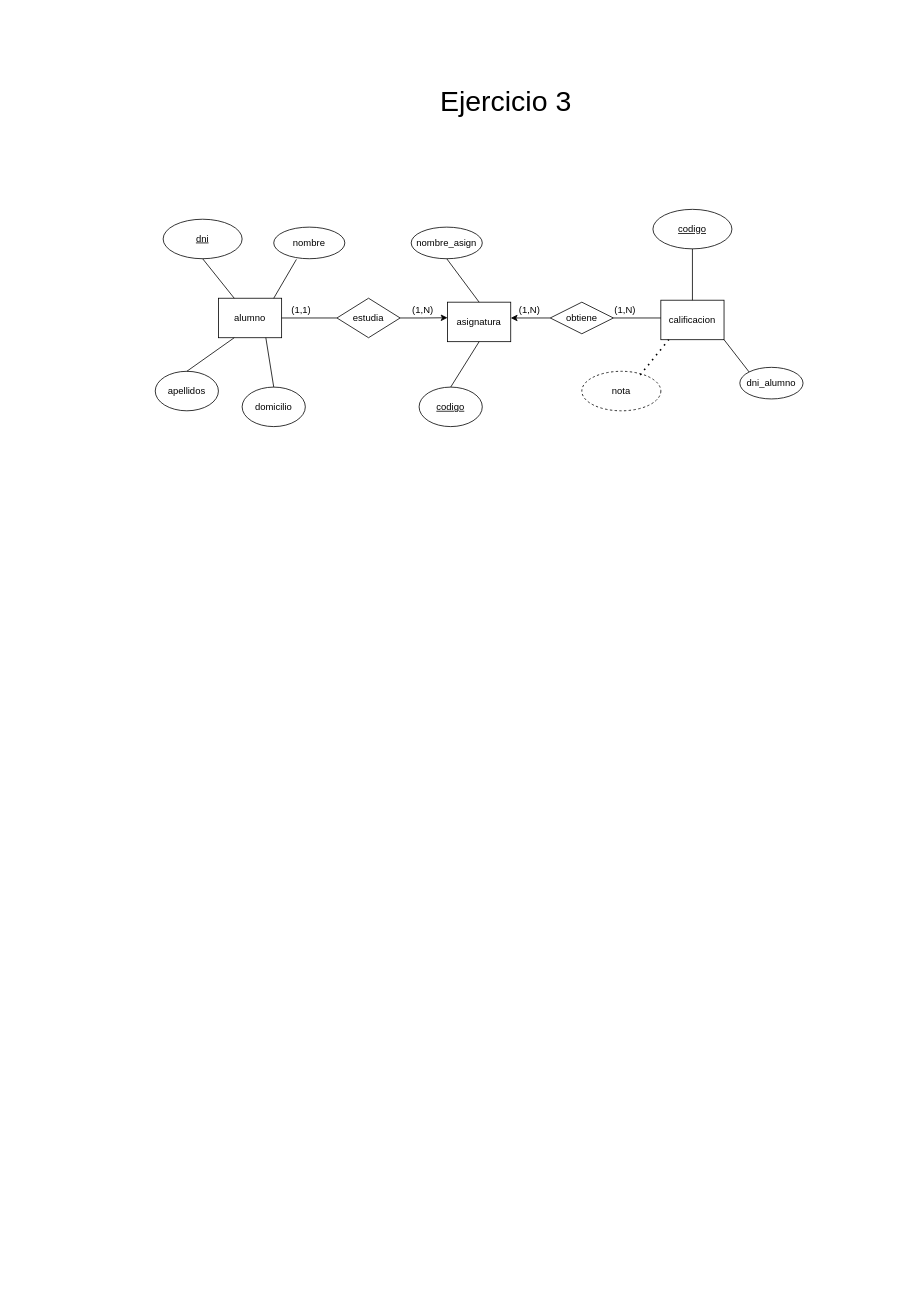
Above: Ejercicio3.drawio in ErnestDG/Ciencia-de-datos- (draw.io), before the change. Source tidied: cells renumbered, new cells numbered last; positions are measured from the earlier drawing's top-left corner, leaving out a move shared by most shapes. Both pictures are drawn from the tidied source at 79%, with x=0, y=0 at pixel (13, 13).
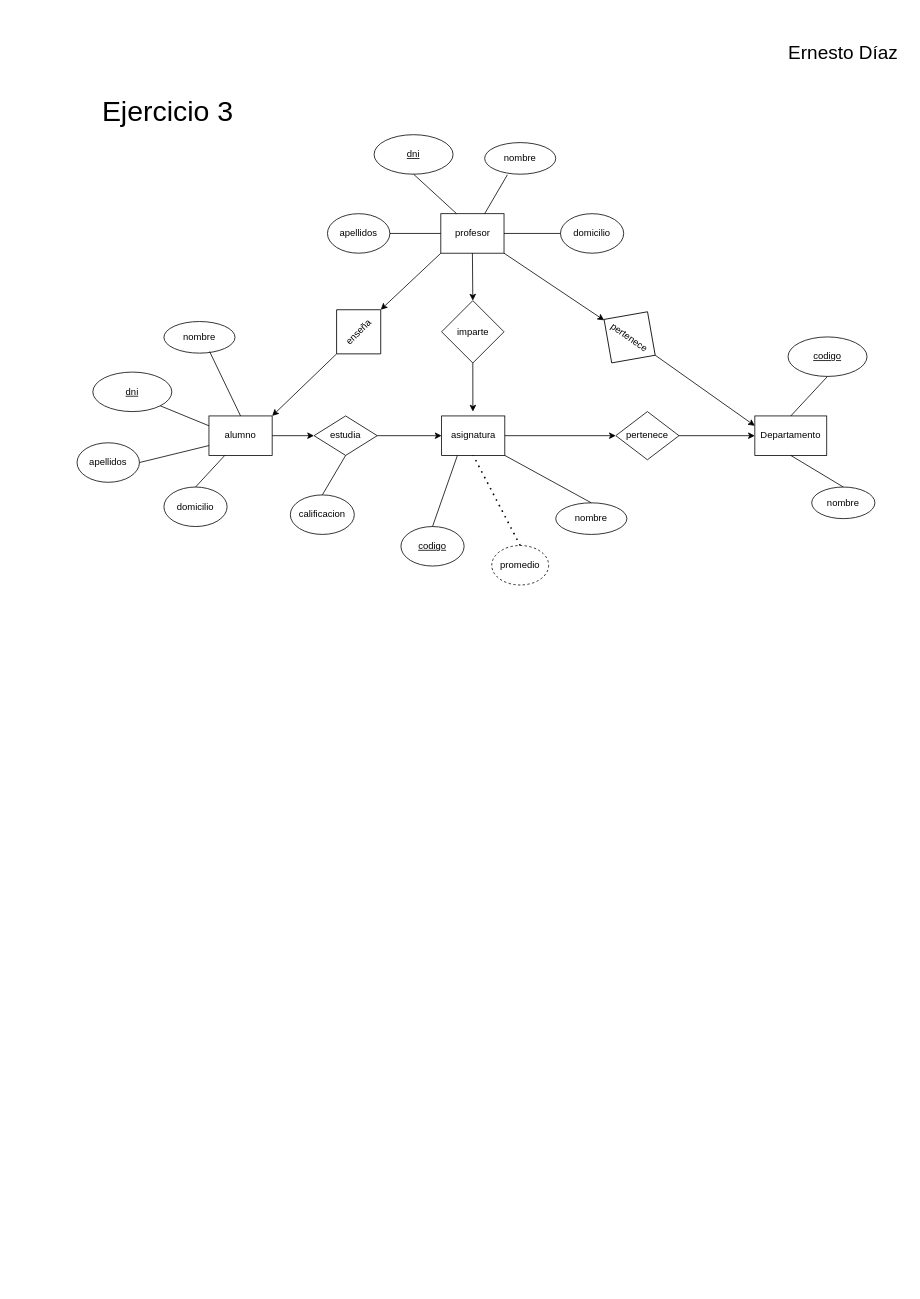
Above is the later version.

Change to the diagram source:
```diff
@@
     <mxCell id="2" value="alumno" style="rounded=0;whiteSpace=wrap;html=1;" parent="1" vertex="1">
-      <mxGeometry x="259" y="360" width="80" height="50" as="geometry" />
+      <mxGeometry x="247" y="509" width="80" height="50" as="geometry" />
     </mxCell>
     <mxCell id="3" value="apellidos" style="ellipse;whiteSpace=wrap;html=1;" parent="1" vertex="1">
-      <mxGeometry x="179" y="452.5" width="80" height="50" as="geometry" />
+      <mxGeometry x="80" y="543" width="79" height="50" as="geometry" />
     </mxCell>
     <mxCell id="4" value="nombre" style="ellipse;whiteSpace=wrap;html=1;" parent="1" vertex="1">
-      <mxGeometry x="329" y="270" width="90" height="40" as="geometry" />
+      <mxGeometry x="190" y="389.5" width="90" height="40" as="geometry" />
     </mxCell>
     <mxCell id="5" value="&lt;u&gt;dni&lt;/u&gt;" style="ellipse;whiteSpace=wrap;html=1;" parent="1" vertex="1">
-      <mxGeometry x="189" y="260" width="100" height="50" as="geometry" />
+      <mxGeometry x="100" y="453.5" width="100" height="50" as="geometry" />
     </mxCell>
-    <mxCell id="6" style="endArrow=none;html=1;rounded=0;exitX=0.5;exitY=0;exitDx=0;exitDy=0;entryX=0.25;entryY=1;entryDx=0;entryDy=0;" parent="1" edge="1" source="3" target="2">
+    <mxCell id="6" style="endArrow=none;html=1;rounded=0;exitX=1;exitY=0.5;exitDx=0;exitDy=0;entryX=0;entryY=0.75;entryDx=0;entryDy=0;" parent="1" edge="1" source="3" target="2">
       <mxGeometry relative="1" as="geometry" />
     </mxCell>
-    <mxCell id="7" style="endArrow=none;html=1;rounded=0;entryX=0.319;entryY=1.021;entryDx=0;entryDy=0;entryPerimeter=0;" parent="1" edge="1" target="4">
-      <mxGeometry relative="1" as="geometry">
-        <mxPoint x="329" y="360" as="sourcePoint" />
-      </mxGeometry>
+    <mxCell id="7" style="endArrow=none;html=1;rounded=0;entryX=0.643;entryY=0.953;entryDx=0;entryDy=0;entryPerimeter=0;exitX=0.5;exitY=0;exitDx=0;exitDy=0;" parent="1" edge="1" source="2" target="4">
+      <mxGeometry relative="1" as="geometry" />
     </mxCell>
-    <mxCell id="8" style="endArrow=none;html=1;rounded=0;exitX=0.25;exitY=0;exitDx=0;exitDy=0;entryX=0.5;entryY=1;entryDx=0;entryDy=0;" parent="1" edge="1" source="2" target="5">
+    <mxCell id="8" style="endArrow=none;html=1;rounded=0;exitX=0;exitY=0.25;exitDx=0;exitDy=0;entryX=1;entryY=1;entryDx=0;entryDy=0;" parent="1" edge="1" source="2" target="5">
       <mxGeometry relative="1" as="geometry" />
     </mxCell>
     <mxCell id="9" value="asignatura" style="rounded=0;whiteSpace=wrap;html=1;" parent="1" vertex="1">
-      <mxGeometry x="549" y="365" width="80" height="50" as="geometry" />
+      <mxGeometry x="541.5" y="509" width="80" height="50" as="geometry" />
     </mxCell>
     <mxCell id="10" value="&lt;u&gt;codigo&lt;/u&gt;" style="ellipse;whiteSpace=wrap;html=1;" parent="1" vertex="1">
-      <mxGeometry x="513" y="472.5" width="80" height="50" as="geometry" />
+      <mxGeometry x="490" y="649" width="80" height="50" as="geometry" />
     </mxCell>
-    <mxCell id="11" value="nombre_asign" style="ellipse;whiteSpace=wrap;html=1;" parent="1" vertex="1">
-      <mxGeometry x="503" y="270" width="90" height="40" as="geometry" />
+    <mxCell id="11" value="nombre" style="ellipse;whiteSpace=wrap;html=1;" parent="1" vertex="1">
+      <mxGeometry x="686" y="619" width="90" height="40" as="geometry" />
     </mxCell>
-    <mxCell id="12" style="endArrow=none;html=1;rounded=0;exitX=0.5;exitY=0;exitDx=0;exitDy=0;entryX=0.5;entryY=1;entryDx=0;entryDy=0;" parent="1" edge="1" source="10" target="9">
+    <mxCell id="12" style="endArrow=none;html=1;rounded=0;exitX=0.5;exitY=0;exitDx=0;exitDy=0;entryX=0.25;entryY=1;entryDx=0;entryDy=0;" parent="1" edge="1" source="10" target="9">
       <mxGeometry relative="1" as="geometry" />
     </mxCell>
-    <mxCell id="13" style="endArrow=none;html=1;rounded=0;exitX=0.5;exitY=0;exitDx=0;exitDy=0;entryX=0.5;entryY=1;entryDx=0;entryDy=0;" parent="1" edge="1" source="9" target="11">
+    <mxCell id="13" style="endArrow=none;html=1;rounded=0;exitX=1;exitY=1;exitDx=0;exitDy=0;entryX=0.5;entryY=0;entryDx=0;entryDy=0;" parent="1" edge="1" source="9" target="11">
       <mxGeometry relative="1" as="geometry" />
     </mxCell>
-    <mxCell id="14" value="calificacion" style="rounded=0;whiteSpace=wrap;html=1;" parent="1" vertex="1">
-      <mxGeometry x="819" y="362.5" width="80" height="50" as="geometry" />
+    <mxCell id="14" value="Departamento" style="rounded=0;whiteSpace=wrap;html=1;" parent="1" vertex="1">
+      <mxGeometry x="938" y="509" width="91" height="50" as="geometry" />
     </mxCell>
-    <mxCell id="15" value="dni_alumno" style="ellipse;whiteSpace=wrap;html=1;" parent="1" vertex="1">
-      <mxGeometry x="919" y="447.5" width="80" height="40" as="geometry" />
+    <mxCell id="15" value="nombre" style="ellipse;whiteSpace=wrap;html=1;" parent="1" vertex="1">
+      <mxGeometry x="1010" y="599" width="80" height="40" as="geometry" />
     </mxCell>
-    <mxCell id="16" value="nota" style="ellipse;whiteSpace=wrap;html=1;dashed=1;" parent="1" vertex="1">
-      <mxGeometry x="719" y="452.5" width="100" height="50" as="geometry" />
+    <mxCell id="16" value="promedio" style="ellipse;whiteSpace=wrap;html=1;dashed=1;" parent="1" vertex="1">
+      <mxGeometry x="605" y="673" width="72" height="50" as="geometry" />
     </mxCell>
-    <mxCell id="17" style="endArrow=none;html=1;rounded=0;entryX=0;entryY=0;entryDx=0;entryDy=0;exitX=1;exitY=1;exitDx=0;exitDy=0;" parent="1" edge="1" source="14" target="15">
+    <mxCell id="17" style="endArrow=none;html=1;rounded=0;entryX=0.5;entryY=0;entryDx=0;entryDy=0;exitX=0.5;exitY=1;exitDx=0;exitDy=0;" parent="1" edge="1" source="14" target="15">
       <mxGeometry relative="1" as="geometry" />
     </mxCell>
     <mxCell id="18" value="&lt;u&gt;codigo&lt;/u&gt;" style="ellipse;whiteSpace=wrap;html=1;" parent="1" vertex="1">
-      <mxGeometry x="809" y="247.5" width="100" height="50" as="geometry" />
+      <mxGeometry x="980" y="409" width="100" height="50" as="geometry" />
     </mxCell>
@@
-    <mxCell id="20" style="endArrow=none;dashed=1;html=1;dashPattern=1 3;strokeWidth=2;rounded=0;exitX=0.739;exitY=0.094;exitDx=0;exitDy=0;exitPerimeter=0;" parent="1" edge="1" source="16">
-      <mxGeometry relative="1" as="geometry">
-        <mxPoint x="829" y="412.5" as="targetPoint" />
-      </mxGeometry>
+    <mxCell id="20" style="endArrow=none;dashed=1;html=1;dashPattern=1 3;strokeWidth=2;rounded=0;exitX=0.5;exitY=0;exitDx=0;exitDy=0;entryX=0.5;entryY=1;entryDx=0;entryDy=0;" parent="1" edge="1" source="16" target="9">
+      <mxGeometry relative="1" as="geometry" />
     </mxCell>
-    <mxCell id="21" style="edgeStyle=orthogonalEdgeStyle;rounded=0;jettySize=auto;html=1;exitX=1;exitY=0.5;exitDx=0;exitDy=0;" parent="1" edge="1" source="22">
-      <mxGeometry relative="1" as="geometry">
-        <mxPoint x="549" y="384.7" as="targetPoint" />
-      </mxGeometry>
+    <mxCell id="21" style="edgeStyle=orthogonalEdgeStyle;rounded=0;jettySize=auto;html=1;exitX=1;exitY=0.5;exitDx=0;exitDy=0;entryX=0;entryY=0.5;entryDx=0;entryDy=0;endArrow=classic;endFill=1;startArrow=none;startFill=0;" parent="1" edge="1" source="22" target="9">
+      <mxGeometry relative="1" as="geometry" />
     </mxCell>
     <mxCell id="22" value="estudia" style="rhombus;whiteSpace=wrap;html=1;" parent="1" vertex="1">
-      <mxGeometry x="409" y="360" width="80" height="50" as="geometry" />
+      <mxGeometry x="380" y="509" width="80" height="50" as="geometry" />
     </mxCell>
-    <mxCell id="23" value="obtiene" style="rhombus;whiteSpace=wrap;html=1;" parent="1" vertex="1">
-      <mxGeometry x="679" y="365" width="80" height="40" as="geometry" />
+    <mxCell id="23" value="pertenece" style="rhombus;whiteSpace=wrap;html=1;" parent="1" vertex="1">
+      <mxGeometry x="762" y="503.5" width="80" height="61" as="geometry" />
     </mxCell>
-    <mxCell id="24" style="endArrow=none;html=1;rounded=0;entryX=0;entryY=0.5;entryDx=0;entryDy=0;exitX=1;exitY=0.5;exitDx=0;exitDy=0;" parent="1" edge="1" source="2" target="22">
+    <mxCell id="24" style="endArrow=classic;html=1;rounded=0;entryX=0;entryY=0.5;entryDx=0;entryDy=0;exitX=1;exitY=0.5;exitDx=0;exitDy=0;endFill=1;" parent="1" edge="1" source="2" target="22">
       <mxGeometry relative="1" as="geometry" />
     </mxCell>
-    <mxCell id="25" style="endArrow=none;html=1;rounded=0;exitX=1;exitY=0.5;exitDx=0;exitDy=0;startArrow=classic;startFill=1;" parent="1" edge="1">
-      <mxGeometry relative="1" as="geometry">
-        <mxPoint x="629" y="385" as="sourcePoint" />
-        <mxPoint x="679" y="385" as="targetPoint" />
-      </mxGeometry>
-    </mxCell>
-    <mxCell id="26" style="endArrow=none;html=1;rounded=0;exitX=1;exitY=0.5;exitDx=0;exitDy=0;" parent="1" edge="1" source="23">
-      <mxGeometry relative="1" as="geometry">
-        <mxPoint x="819" y="385" as="targetPoint" />
-      </mxGeometry>
+    <mxCell id="26" style="endArrow=classic;html=1;rounded=0;exitX=1;exitY=0.5;exitDx=0;exitDy=0;entryX=0;entryY=0.5;entryDx=0;entryDy=0;endFill=1;" parent="1" edge="1" source="23" target="14">
+      <mxGeometry relative="1" as="geometry" />
     </mxCell>
     <mxCell id="27" value="&lt;font style=&quot;font-size: 36px;&quot;&gt;Ejercicio 3&lt;/font&gt;" style="text;html=1;whiteSpace=wrap;strokeColor=none;fillColor=none;align=center;verticalAlign=middle;rounded=0;" parent="1" vertex="1">
-      <mxGeometry x="528" y="80" width="190" height="60" as="geometry" />
+      <mxGeometry x="100" y="93" width="190" height="60" as="geometry" />
     </mxCell>
-    <mxCell id="28" value="(1,1)" style="text;html=1;whiteSpace=wrap;strokeColor=none;fillColor=none;align=center;verticalAlign=middle;rounded=0;" parent="1" vertex="1">
-      <mxGeometry x="339" y="360" width="50" height="30" as="geometry" />
-    </mxCell>
-    <mxCell id="29" value="(1,N)" style="text;html=1;whiteSpace=wrap;strokeColor=none;fillColor=none;align=center;verticalAlign=middle;rounded=0;" parent="1" vertex="1">
-      <mxGeometry x="493" y="360" width="50" height="30" as="geometry" />
-    </mxCell>
-    <mxCell id="30" value="(1,N)" style="text;html=1;whiteSpace=wrap;strokeColor=none;fillColor=none;align=center;verticalAlign=middle;rounded=0;" parent="1" vertex="1">
-      <mxGeometry x="749" y="360" width="50" height="30" as="geometry" />
-    </mxCell>
-    <mxCell id="31" value="(1,N)" style="text;html=1;whiteSpace=wrap;strokeColor=none;fillColor=none;align=center;verticalAlign=middle;rounded=0;" parent="1" vertex="1">
-      <mxGeometry x="628" y="360" width="50" height="30" as="geometry" />
-    </mxCell>
@@
     <mxCell id="33" value="domicilio" style="ellipse;whiteSpace=wrap;html=1;" parent="1" vertex="1">
-      <mxGeometry x="289" y="472.5" width="80" height="50" as="geometry" />
+      <mxGeometry x="190" y="599" width="80" height="50" as="geometry" />
     </mxCell>
-    <mxCell id="34" style="endArrow=none;html=1;rounded=0;exitX=0.5;exitY=0;exitDx=0;exitDy=0;entryX=0.75;entryY=1;entryDx=0;entryDy=0;" parent="1" edge="1" source="33" target="2">
+    <mxCell id="34" style="endArrow=none;html=1;rounded=0;exitX=0.5;exitY=0;exitDx=0;exitDy=0;entryX=0.25;entryY=1;entryDx=0;entryDy=0;" parent="1" edge="1" source="33" target="2">
       <mxGeometry relative="1" as="geometry" />
     </mxCell>
+    <mxCell id="35" value="calificacion" style="ellipse;whiteSpace=wrap;html=1;" parent="1" vertex="1">
+      <mxGeometry x="350" y="609" width="81" height="50" as="geometry" />
+    </mxCell>
+    <mxCell id="36" style="endArrow=none;html=1;rounded=0;exitX=0.5;exitY=0;exitDx=0;exitDy=0;entryX=0.5;entryY=1;entryDx=0;entryDy=0;startArrow=none;startFill=0;" parent="1" edge="1" source="35" target="22">
+      <mxGeometry relative="1" as="geometry" />
+    </mxCell>
+    <mxCell id="37" value="profesor" style="rounded=0;whiteSpace=wrap;html=1;" parent="1" vertex="1">
+      <mxGeometry x="540.5" y="253" width="80" height="50" as="geometry" />
+    </mxCell>
+    <mxCell id="38" value="apellidos" style="ellipse;whiteSpace=wrap;html=1;" parent="1" vertex="1">
+      <mxGeometry x="397" y="253" width="79" height="50" as="geometry" />
+    </mxCell>
+    <mxCell id="39" value="nombre" style="ellipse;whiteSpace=wrap;html=1;" parent="1" vertex="1">
+      <mxGeometry x="596" y="163" width="90" height="40" as="geometry" />
+    </mxCell>
+    <mxCell id="40" value="&lt;u&gt;dni&lt;/u&gt;" style="ellipse;whiteSpace=wrap;html=1;" parent="1" vertex="1">
+      <mxGeometry x="456" y="153" width="100" height="50" as="geometry" />
+    </mxCell>
+    <mxCell id="41" style="endArrow=none;html=1;rounded=0;exitX=1;exitY=0.5;exitDx=0;exitDy=0;entryX=0;entryY=0.5;entryDx=0;entryDy=0;" parent="1" edge="1" source="38" target="37">
+      <mxGeometry relative="1" as="geometry" />
+    </mxCell>
+    <mxCell id="42" style="endArrow=none;html=1;rounded=0;entryX=0.319;entryY=1.021;entryDx=0;entryDy=0;entryPerimeter=0;" parent="1" edge="1" target="39">
+      <mxGeometry relative="1" as="geometry">
+        <mxPoint x="596" y="253" as="sourcePoint" />
+      </mxGeometry>
+    </mxCell>
+    <mxCell id="43" style="endArrow=none;html=1;rounded=0;exitX=0.25;exitY=0;exitDx=0;exitDy=0;entryX=0.5;entryY=1;entryDx=0;entryDy=0;" parent="1" edge="1" source="37" target="40">
+      <mxGeometry relative="1" as="geometry" />
+    </mxCell>
+    <mxCell id="44" value="domicilio" style="ellipse;whiteSpace=wrap;html=1;" parent="1" vertex="1">
+      <mxGeometry x="692" y="253" width="80" height="50" as="geometry" />
+    </mxCell>
+    <mxCell id="45" style="endArrow=none;html=1;rounded=0;exitX=0;exitY=0.5;exitDx=0;exitDy=0;entryX=1;entryY=0.5;entryDx=0;entryDy=0;" parent="1" edge="1" source="44" target="37">
+      <mxGeometry relative="1" as="geometry" />
+    </mxCell>
+    <mxCell id="46" value="pertenece" style="rhombus;whiteSpace=wrap;html=1;rotation=35;direction=south;" parent="1" vertex="1">
+      <mxGeometry x="740" y="370" width="79" height="79" as="geometry" />
+    </mxCell>
+    <mxCell id="47" style="endArrow=classic;html=1;rounded=0;exitX=1;exitY=0.5;exitDx=0;exitDy=0;entryX=0;entryY=0.5;entryDx=0;entryDy=0;endFill=1;" parent="1" edge="1" source="9" target="23">
+      <mxGeometry relative="1" as="geometry" />
+    </mxCell>
+    <mxCell id="48" value="enseña" style="rhombus;whiteSpace=wrap;html=1;rotation=-45;" parent="1" vertex="1">
+      <mxGeometry x="397" y="363" width="79" height="79" as="geometry" />
+    </mxCell>
+    <mxCell id="49" value="imparte" style="rhombus;whiteSpace=wrap;html=1;rotation=0;" parent="1" vertex="1">
+      <mxGeometry x="541.5" y="363" width="79" height="79" as="geometry" />
+    </mxCell>
+    <mxCell id="50" style="endArrow=none;html=1;rounded=0;entryX=0.5;entryY=1;entryDx=0;entryDy=0;exitX=0.5;exitY=0;exitDx=0;exitDy=0;startArrow=classic;startFill=1;" parent="1" edge="1" source="49" target="37">
+      <mxGeometry relative="1" as="geometry" />
+    </mxCell>
+    <mxCell id="51" style="endArrow=none;html=1;rounded=0;entryX=0.5;entryY=1;entryDx=0;entryDy=0;exitX=0.5;exitY=0;exitDx=0;exitDy=0;startArrow=classic;startFill=1;" parent="1" edge="1" target="49">
+      <mxGeometry relative="1" as="geometry">
+        <mxPoint x="581.1" y="503.5" as="sourcePoint" />
+      </mxGeometry>
+    </mxCell>
+    <mxCell id="52" style="endArrow=classic;html=1;rounded=0;entryX=1;entryY=0.5;entryDx=0;entryDy=0;startArrow=none;startFill=0;endFill=1;" parent="1" edge="1" target="48">
+      <mxGeometry relative="1" as="geometry">
+        <mxPoint x="540.5" y="303" as="sourcePoint" />
+      </mxGeometry>
+    </mxCell>
+    <mxCell id="53" style="endArrow=none;html=1;rounded=0;entryX=1;entryY=1;entryDx=0;entryDy=0;endFill=0;startArrow=classic;startFill=1;" parent="1" edge="1" source="46" target="37">
+      <mxGeometry relative="1" as="geometry" />
+    </mxCell>
+    <mxCell id="54" style="endArrow=none;html=1;rounded=0;entryX=0.5;entryY=0;entryDx=0;entryDy=0;exitX=0;exitY=0.25;exitDx=0;exitDy=0;endFill=0;startArrow=classic;startFill=1;" parent="1" edge="1" source="14" target="46">
+      <mxGeometry relative="1" as="geometry" />
+    </mxCell>
+    <mxCell id="55" style="endArrow=classic;html=1;rounded=0;entryX=1;entryY=0;entryDx=0;entryDy=0;exitX=0;exitY=0.5;exitDx=0;exitDy=0;startArrow=none;startFill=0;endFill=1;" parent="1" edge="1" source="48" target="2">
+      <mxGeometry relative="1" as="geometry" />
+    </mxCell>
+    <mxCell id="56" value="&lt;font style=&quot;font-size: 24px;&quot;&gt;Ernesto Díaz&lt;/font&gt;" style="text;html=1;whiteSpace=wrap;strokeColor=none;fillColor=none;align=center;verticalAlign=middle;rounded=0;" parent="1" vertex="1">
+      <mxGeometry x="970" y="30" width="160" height="40" as="geometry" />
+    </mxCell>
```
